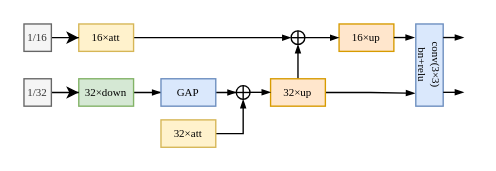
Above: page "主干特征对齐模块" (2 of 2) of 特征对齐模块.drawio in qjl988/drawio (draw.io), before the change. Source tidied: cells renumbered, new cells numbered last; positions are measured from the earlier drawing's top-left corner, leaving out a move shared by most shapes. Both pictures are drawn from the tidied source at 137%, with x=0, y=0 at pixel (23, 23).
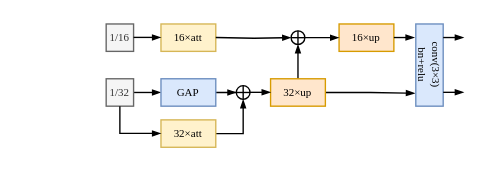
The same page after the edit.

Commit message:
更新特征对齐模块.drawio

The change refers to these unchanged cells:
```xml
<mxCell id="7" value="GAP" style="rounded=0;whiteSpace=wrap;html=1;fontFamily=Times New Roman;fontSize=8;fillColor=#dae8fc;strokeColor=#6c8ebf;" parent="1" vertex="1">
  <mxGeometry x="100" y="40" width="40" height="20" as="geometry" />
</mxCell>
<mxCell id="18" style="shape=orEllipse;perimeter=ellipsePerimeter;whiteSpace=wrap;html=1;backgroundOutline=1;fontFamily=Times New Roman;" parent="1" vertex="1">
  <mxGeometry x="195" y="5" width="10" height="10" as="geometry" />
</mxCell>
```

What changed in the source:
```diff
@@
-    <mxCell id="2" style="edgeStyle=orthogonalEdgeStyle;rounded=0;jettySize=auto;html=1;entryX=0;entryY=0.5;entryDx=0;entryDy=0;endArrow=blockThin;endFill=1;endSize=4;fontFamily=Times New Roman;" parent="1" edge="1" source="3" target="18">
-      <mxGeometry relative="1" as="geometry" />
-    </mxCell>
     <mxCell id="3" value="16×att" style="rounded=0;whiteSpace=wrap;html=1;fontFamily=Times New Roman;fontSize=8;fillColor=#fff2cc;strokeColor=#d6b656;" parent="1" vertex="1">
-      <mxGeometry x="40" width="40" height="20" as="geometry" />
+      <mxGeometry x="100" width="40" height="20" as="geometry" />
     </mxCell>
-    <mxCell id="4" style="edgeStyle=orthogonalEdgeStyle;rounded=0;jettySize=auto;html=1;entryX=0;entryY=0.5;entryDx=0;entryDy=0;endArrow=blockThin;endFill=1;endSize=4;fontFamily=Times New Roman;" parent="1" edge="1" source="5" target="7">
-      <mxGeometry relative="1" as="geometry" />
+    <mxCell id="4" style="edgeStyle=orthogonalEdgeStyle;rounded=0;jettySize=auto;html=1;entryX=0;entryY=0.5;entryDx=0;entryDy=0;endArrow=blockThin;endFill=1;endSize=4;fontFamily=Times New Roman;" parent="1" edge="1" target="7">
+      <mxGeometry relative="1" as="geometry">
+        <mxPoint x="80" y="50" as="sourcePoint" />
+        <Array as="points">
+          <mxPoint x="100" y="50" />
+          <mxPoint x="100" y="50" />
+        </Array>
+      </mxGeometry>
     </mxCell>
-    <mxCell id="5" value="32×down" style="rounded=0;whiteSpace=wrap;html=1;fontFamily=Times New Roman;fontSize=8;fillColor=#d5e8d4;strokeColor=#82b366;" parent="1" vertex="1">
-      <mxGeometry x="40" y="40" width="40" height="20" as="geometry" />
-    </mxCell>
@@
-    <mxCell id="21" style="edgeStyle=orthogonalEdgeStyle;rounded=0;jettySize=auto;html=1;entryX=0;entryY=0.5;entryDx=0;entryDy=0;" parent="1" edge="1" source="22" target="3">
-      <mxGeometry relative="1" as="geometry" />
-    </mxCell>
     <mxCell id="22" value="1/16" style="rounded=0;whiteSpace=wrap;html=1;fontFamily=Times New Roman;fontSize=8;fillColor=#f5f5f5;strokeColor=#666666;fontColor=#333333;" parent="1" vertex="1">
-      <mxGeometry width="20" height="20" as="geometry" />
+      <mxGeometry x="60" width="20" height="20" as="geometry" />
     </mxCell>
-    <mxCell id="23" style="edgeStyle=orthogonalEdgeStyle;rounded=0;jettySize=auto;html=1;entryX=0;entryY=0.5;entryDx=0;entryDy=0;" parent="1" edge="1" source="24" target="5">
-      <mxGeometry relative="1" as="geometry" />
-    </mxCell>
     <mxCell id="24" value="1/32" style="rounded=0;whiteSpace=wrap;html=1;fontFamily=Times New Roman;fontSize=8;fillColor=#f5f5f5;strokeColor=#666666;fontColor=#333333;" parent="1" vertex="1">
-      <mxGeometry y="40" width="20" height="20" as="geometry" />
+      <mxGeometry x="60" y="40" width="20" height="20" as="geometry" />
     </mxCell>
@@
+    <mxCell id="26" style="edgeStyle=orthogonalEdgeStyle;rounded=0;orthogonalLoop=1;jettySize=auto;html=1;entryX=0;entryY=0.5;entryDx=0;entryDy=0;endArrow=blockThin;endFill=1;endSize=4;fontFamily=Times New Roman;" parent="1" edge="1">
+      <mxGeometry relative="1" as="geometry">
+        <mxPoint x="80" y="9.8" as="sourcePoint" />
+        <mxPoint x="100" y="9.8" as="targetPoint" />
+        <Array as="points">
+          <mxPoint x="100" y="9.8" />
+          <mxPoint x="100" y="9.8" />
+        </Array>
+      </mxGeometry>
+    </mxCell>
+    <mxCell id="27" style="edgeStyle=orthogonalEdgeStyle;rounded=0;jettySize=auto;html=1;entryX=0;entryY=0.5;entryDx=0;entryDy=0;endArrow=blockThin;endFill=1;endSize=4;fontFamily=Times New Roman;" parent="1" edge="1" target="18">
+      <mxGeometry relative="1" as="geometry">
+        <mxPoint x="140" y="9.9" as="sourcePoint" />
+      </mxGeometry>
+    </mxCell>
+    <mxCell id="28" style="edgeStyle=orthogonalEdgeStyle;rounded=0;jettySize=auto;html=1;entryX=0;entryY=0.5;entryDx=0;entryDy=0;endArrow=blockThin;endFill=1;endSize=4;fontFamily=Times New Roman;exitX=0.5;exitY=1;exitDx=0;exitDy=0;" parent="1" edge="1" source="24">
+      <mxGeometry relative="1" as="geometry">
+        <mxPoint x="100" y="79.9" as="targetPoint" />
+        <Array as="points">
+          <mxPoint x="70" y="80" />
+        </Array>
+      </mxGeometry>
+    </mxCell>
```
